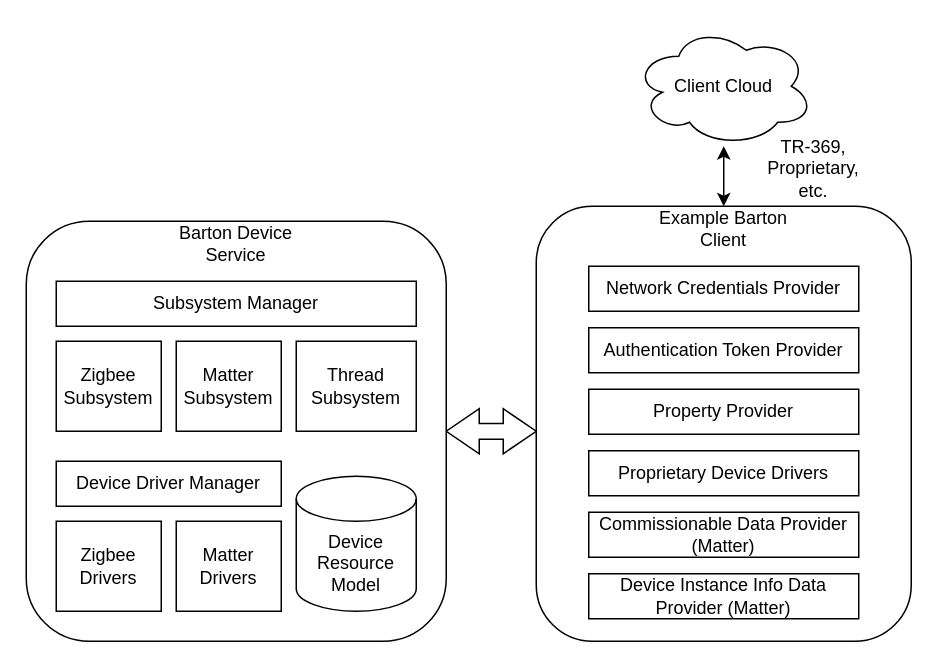
Earlier version of the draw.io diagram docs/images/arch-overview.drawio (rdkcentral/BartonCore). Source tidied: cells renumbered, new cells numbered last; positions are measured from the earlier drawing's top-left corner, leaving out a move shared by most shapes. Both pictures are drawn from the tidied source at 150%, with x=0, y=0 at pixel (26, 26).
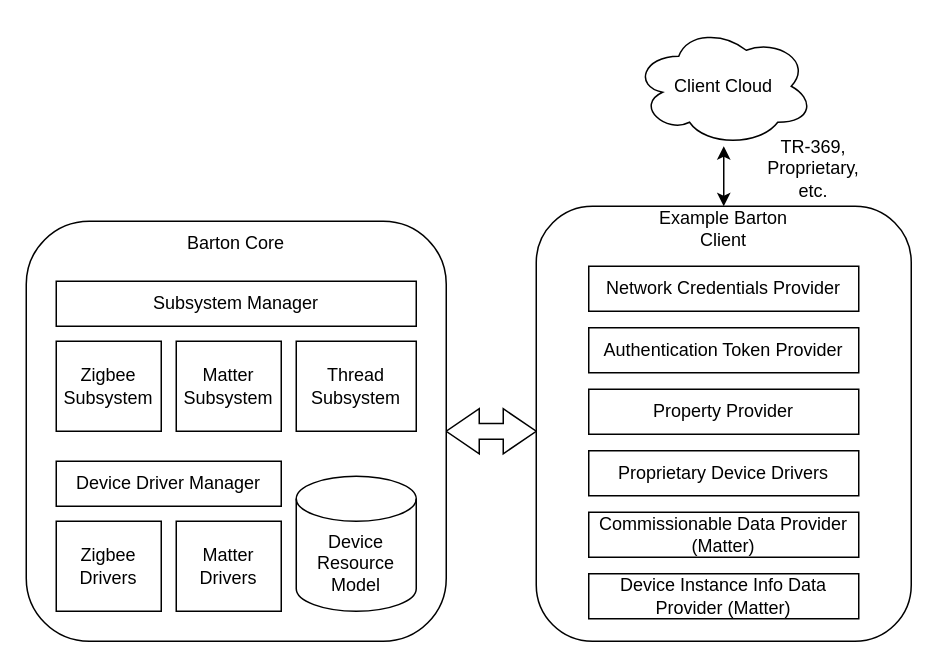
Above is the later version.

Commit message (it also covers changes not shown here):
renamed Barton Device Service in diagram to Barton Core

The change refers to these unchanged cells:
```xml
<mxCell id="3" style="group;" parent="1" vertex="1">
  <mxGeometry y="130" width="280" height="280" as="geometry" />
</mxCell>
```

The edit, as a diff of the source:
```diff
@@
-    <mxCell id="5" value="Barton Device Service" style="text;html=1;align=center;verticalAlign=middle;whiteSpace=wrap;rounded=0;" parent="3" vertex="1">
+    <mxCell id="5" value="Barton Core" style="text;html=1;align=center;verticalAlign=middle;whiteSpace=wrap;rounded=0;" parent="3" vertex="1">
       <mxGeometry x="90" width="100" height="30" as="geometry" />
     </mxCell>
```
